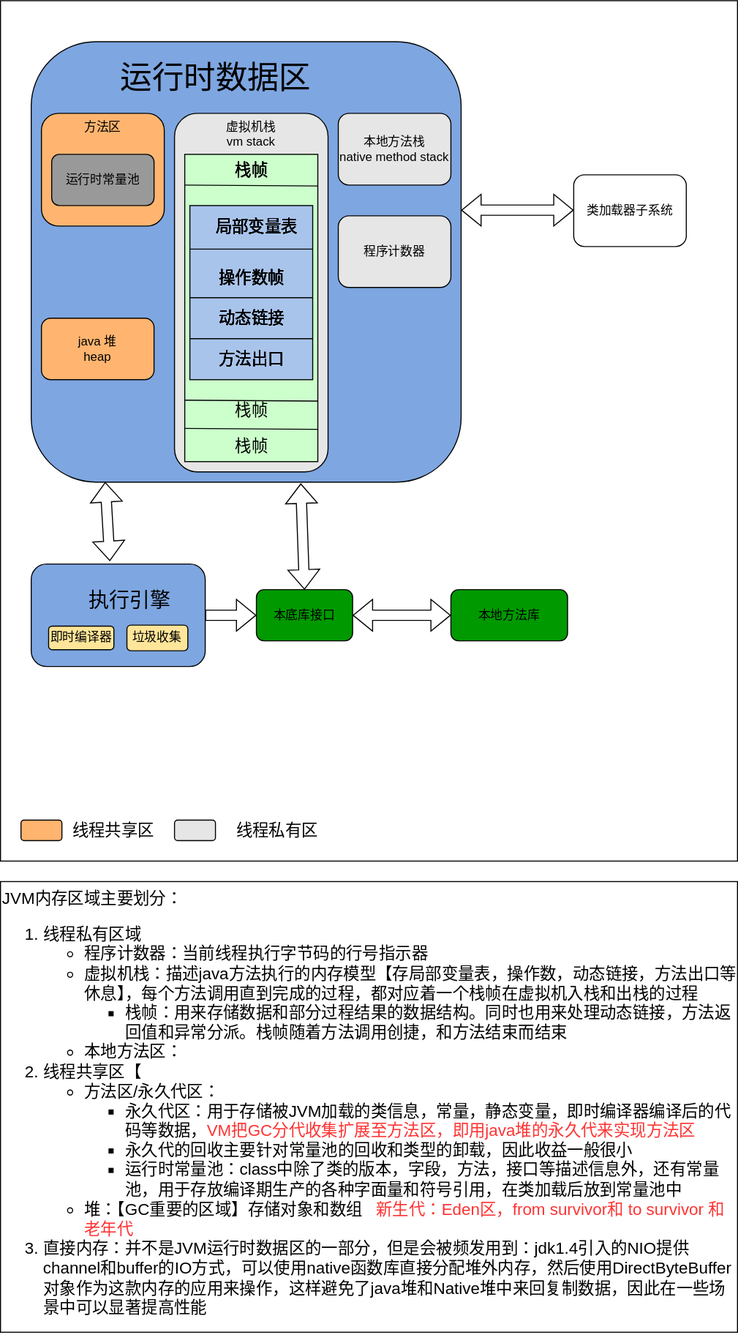
Before: java/jvm.svg, a diagram exported from draw.io (lore-study/java-picture-bed). Source tidied: cells renumbered, new cells last; positions are measured from the earlier drawing's top-left corner, leaving out a move shared by most shapes.
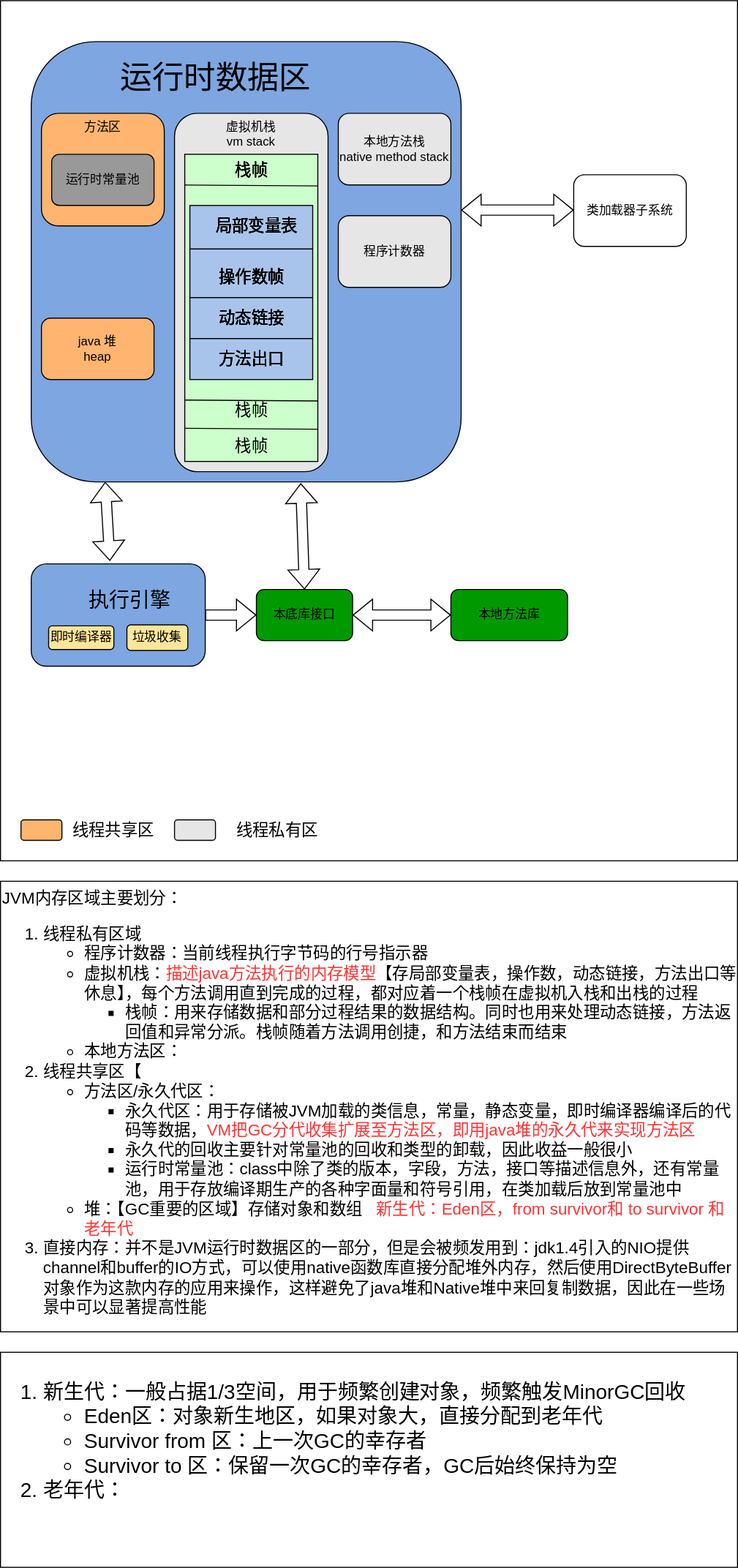
After the change.

Change to the diagram source:
```diff
@@ -2,7 +2,7 @@
   <root>
     <mxCell id="0" />
     <mxCell id="1" parent="0" />
-    <mxCell id="2" value="JVM内存区域主要划分：&lt;br&gt;&lt;ol&gt;&lt;li&gt;线程私有区域&lt;/li&gt;&lt;ul&gt;&lt;li&gt;&lt;span&gt;程序计数器：当前线程执行字节码的行号指示器&lt;/span&gt;&lt;/li&gt;&lt;li&gt;&lt;span&gt;虚拟机栈：描述java方法执行的内存模型【存局部变量表，操作数，动态链接，方法出口等休息】，每个方法调用直到完成的过程，都对应着一个栈帧在虚拟机入栈和出栈的过程&lt;/span&gt;&lt;/li&gt;&lt;/ul&gt;&lt;ol&gt;&lt;ul&gt;&lt;li&gt;栈帧：用来存储数据和部分过程结果的数据结构。同时也用来处理动态链接，方法返回值和异常分派。栈帧随着方法调用创捷，和方法结束而结束&lt;/li&gt;&lt;/ul&gt;&lt;/ol&gt;&lt;ul&gt;&lt;li&gt;&lt;span&gt;本地方法区：&lt;/span&gt;&lt;/li&gt;&lt;/ul&gt;&lt;li&gt;线程共享区【&lt;/li&gt;&lt;ul&gt;&lt;li&gt;&lt;span&gt;方法区/永久代区：&lt;/span&gt;&lt;/li&gt;&lt;ul&gt;&lt;li&gt;永久代区：用于存储被JVM加载的类信息，常量，静态变量，即时编译器编译后的代码等数据，&lt;font color=&quot;#ff3333&quot;&gt;VM把GC分代收集扩展至方法区，即用java堆的永久代来实现方法区&lt;/font&gt;&lt;/li&gt;&lt;li&gt;&lt;span&gt;永久代的回收主要针对常量池的回收和类型的卸载，因此收益一般很小&lt;/span&gt;&lt;/li&gt;&lt;li&gt;运行时常量池：class中除了类的版本，字段，方法，接口等描述信息外，还有常量池，用于存放编译期生产的各种字面量和符号引用，在类加载后放到常量池中&lt;/li&gt;&lt;/ul&gt;&lt;li&gt;堆：【GC重要的区域】存储对象和数组&amp;nbsp; &amp;nbsp;&lt;font color=&quot;#ff3333&quot;&gt;新生代：Eden区，from survivor和 to survivor 和 老年代&lt;/font&gt;&lt;/li&gt;&lt;/ul&gt;&lt;li&gt;直接内存：并不是JVM运行时数据区的一部分，但是会被频发用到：jdk1.4引入的NIO提供channel和buffer的IO方式，可以使用native函数库直接分配堆外内存，然后使用DirectByteBuffer对象作为这款内存的应用来操作，这样避免了java堆和Native堆中来回复制数据，因此在一些场景中可以显著提高性能&lt;/li&gt;&lt;/ol&gt;" style="rounded=0;whiteSpace=wrap;html=1;labelBackgroundColor=none;fontSize=16;fillColor=#FFFFFF;align=left;verticalAlign=top;" parent="1" vertex="1">
+    <mxCell id="2" value="JVM内存区域主要划分：&lt;br&gt;&lt;ol&gt;&lt;li&gt;线程私有区域&lt;/li&gt;&lt;ul&gt;&lt;li&gt;&lt;span&gt;程序计数器：当前线程执行字节码的行号指示器&lt;/span&gt;&lt;/li&gt;&lt;li&gt;虚拟机栈：&lt;font color=&quot;#ff3333&quot;&gt;描述java方法执行的内存模型&lt;/font&gt;【存局部变量表，操作数，动态链接，方法出口等休息】，每个方法调用直到完成的过程，都对应着一个栈帧在虚拟机入栈和出栈的过程&lt;/li&gt;&lt;/ul&gt;&lt;ol&gt;&lt;ul&gt;&lt;li&gt;栈帧：用来存储数据和部分过程结果的数据结构。同时也用来处理动态链接，方法返回值和异常分派。栈帧随着方法调用创捷，和方法结束而结束&lt;/li&gt;&lt;/ul&gt;&lt;/ol&gt;&lt;ul&gt;&lt;li&gt;&lt;span&gt;本地方法区：&lt;/span&gt;&lt;/li&gt;&lt;/ul&gt;&lt;li&gt;线程共享区【&lt;/li&gt;&lt;ul&gt;&lt;li&gt;&lt;span&gt;方法区/永久代区：&lt;/span&gt;&lt;/li&gt;&lt;ul&gt;&lt;li&gt;永久代区：用于存储被JVM加载的类信息，常量，静态变量，即时编译器编译后的代码等数据，&lt;font color=&quot;#ff3333&quot;&gt;VM把GC分代收集扩展至方法区，即用java堆的永久代来实现方法区&lt;/font&gt;&lt;/li&gt;&lt;li&gt;&lt;span&gt;永久代的回收主要针对常量池的回收和类型的卸载，因此收益一般很小&lt;/span&gt;&lt;/li&gt;&lt;li&gt;运行时常量池：class中除了类的版本，字段，方法，接口等描述信息外，还有常量池，用于存放编译期生产的各种字面量和符号引用，在类加载后放到常量池中&lt;/li&gt;&lt;/ul&gt;&lt;li&gt;堆：【GC重要的区域】存储对象和数组&amp;nbsp; &amp;nbsp;&lt;font color=&quot;#ff3333&quot;&gt;新生代：Eden区，from survivor和 to survivor 和 老年代&lt;/font&gt;&lt;/li&gt;&lt;/ul&gt;&lt;li&gt;直接内存：并不是JVM运行时数据区的一部分，但是会被频发用到：jdk1.4引入的NIO提供channel和buffer的IO方式，可以使用native函数库直接分配堆外内存，然后使用DirectByteBuffer对象作为这款内存的应用来操作，这样避免了java堆和Native堆中来回复制数据，因此在一些场景中可以显著提高性能&lt;/li&gt;&lt;/ol&gt;" style="rounded=0;whiteSpace=wrap;html=1;labelBackgroundColor=none;fontSize=16;fillColor=#FFFFFF;align=left;verticalAlign=top;" parent="1" vertex="1">
       <mxGeometry y="860" width="720" height="440" as="geometry" />
     </mxCell>
     <mxCell id="3" style="group;" parent="1" vertex="1">
@@ -227,5 +227,8 @@
     <mxCell id="71" style="rounded=1;whiteSpace=wrap;html=1;fillColor=#E6E6E6;" parent="67" vertex="1">
       <mxGeometry x="150" width="40" height="20" as="geometry" />
     </mxCell>
+    <mxCell id="72" value="&lt;ol&gt;&lt;li&gt;&lt;font&gt;新生代：一般占据1/3空间，用于频繁创建对象，频繁触发MinorGC回收&lt;/font&gt;&lt;/li&gt;&lt;ul&gt;&lt;li&gt;&lt;font&gt;Eden区：对象新生地区，如果对象大，直接分配到老年代&lt;/font&gt;&lt;/li&gt;&lt;li&gt;Survivor from 区：上一次GC的幸存者&lt;/li&gt;&lt;li&gt;Survivor to 区：保留一次GC的幸存者，GC后始终保持为空&lt;/li&gt;&lt;/ul&gt;&lt;li&gt;&lt;font&gt;老年代：&lt;/font&gt;&lt;/li&gt;&lt;/ol&gt;" style="rounded=0;whiteSpace=wrap;html=1;labelBackgroundColor=none;fontSize=20;fontColor=#000000;fillColor=#FFFFFF;verticalAlign=top;align=left;" parent="1" vertex="1">
+      <mxGeometry y="1320" width="720" height="210" as="geometry" />
+    </mxCell>
   </root>
 </mxGraphModel>
```
